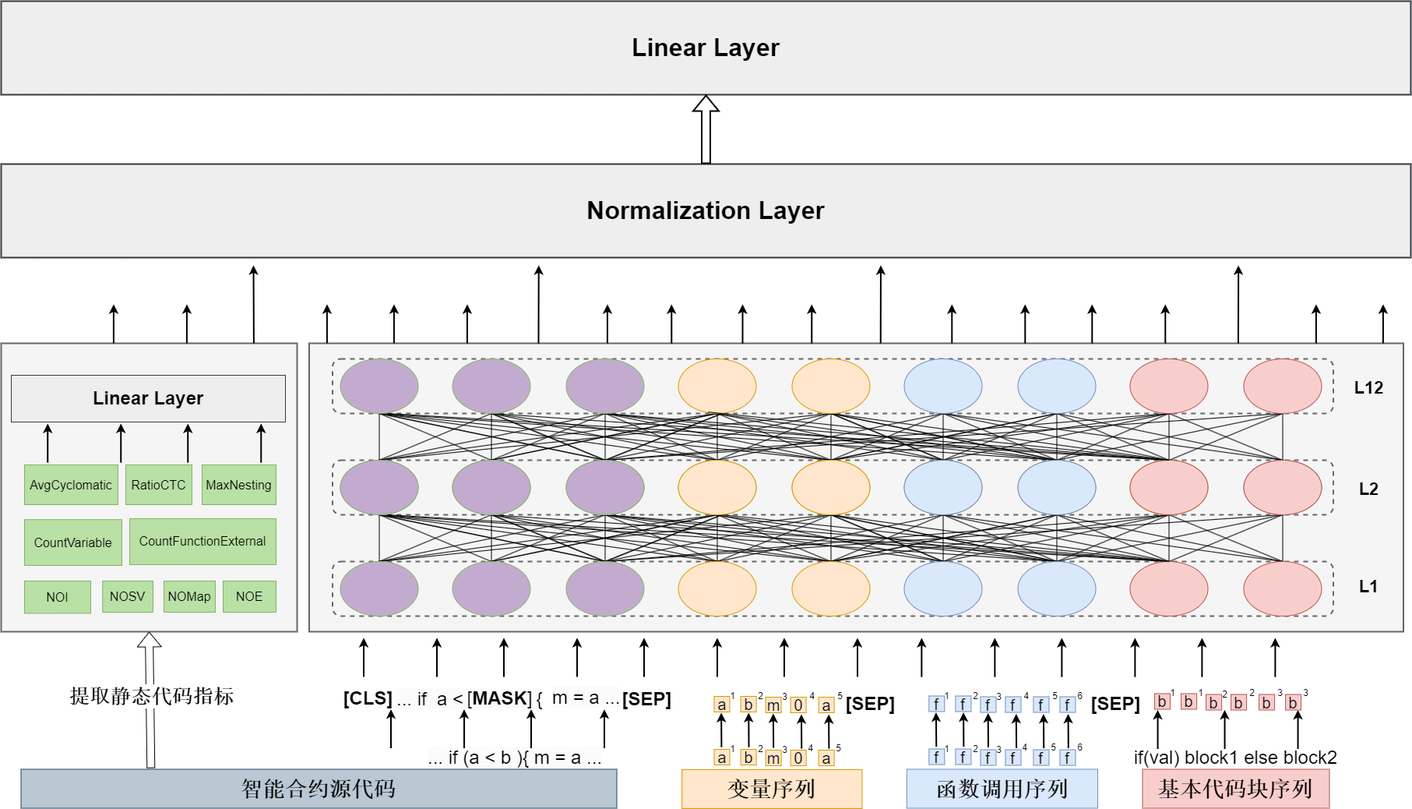
The draw.io diagram figure/pictures/model_full.png in tianc43/zjuthesis, before a commit. Source tidied: cells renumbered, new cells last; positions are measured from the earlier drawing's top-left corner, leaving out a move shared by most shapes.
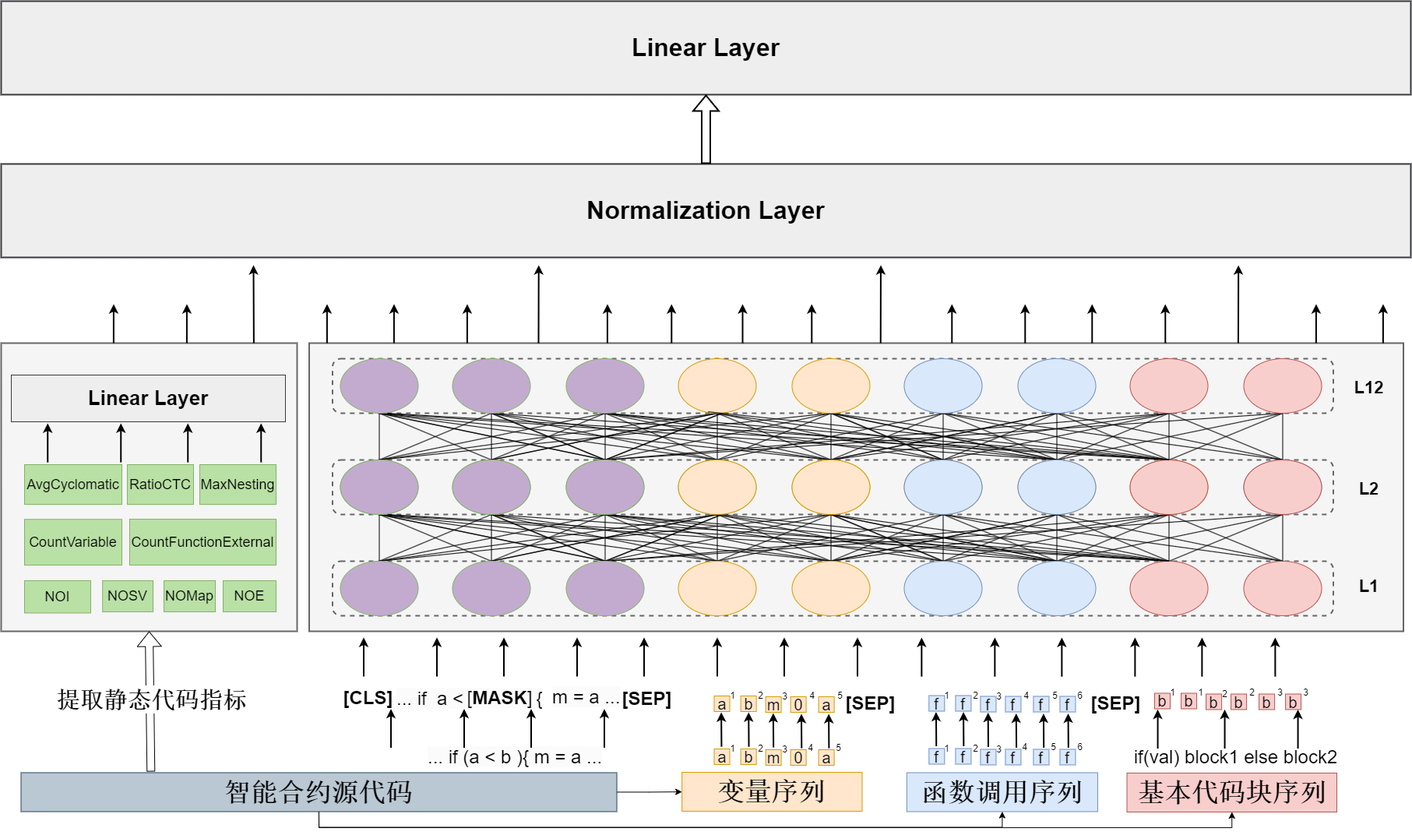
The same file after the commit.

What changed in the source:
```diff
@@ -550,8 +550,8 @@
     <mxCell id="173" value="&lt;font style=&quot;font-size: 22px;&quot;&gt;L12&lt;/font&gt;" style="text;html=1;align=center;verticalAlign=middle;strokeColor=none;fillColor=none;fontSize=11;fontFamily=Helvetica;fontColor=default;fontStyle=1;" parent="1" vertex="1">
       <mxGeometry x="1725.5" y="476.5" width="60" height="40" as="geometry" />
     </mxCell>
-    <mxCell id="174" value="&lt;span style=&quot;font-size: 28px;&quot;&gt;函数调用序列&lt;/span&gt;" style="rounded=0;whiteSpace=wrap;html=1;fontFamily=宋体;fontSize=28;fillColor=#dae8fc;strokeColor=#6c8ebf;fontStyle=1;" parent="1" vertex="1">
-      <mxGeometry x="1162.8" y="985.5" width="245.1" height="50" as="geometry" />
+    <mxCell id="174" value="&lt;span style=&quot;font-size: 34px;&quot;&gt;函数调用序列&lt;/span&gt;" style="rounded=0;whiteSpace=wrap;html=1;fontFamily=宋体;fontSize=34;fillColor=#dae8fc;strokeColor=#6c8ebf;fontStyle=1;" parent="1" vertex="1">
+      <mxGeometry x="1162.8" y="990.5" width="245.1" height="50" as="geometry" />
     </mxCell>
     <mxCell id="175" style="endArrow=classic;html=1;rounded=0;labelBackgroundColor=default;strokeColor=default;align=center;verticalAlign=middle;fontFamily=Helvetica;fontSize=11;fontColor=default;shape=connector;strokeWidth=2;" parent="1" edge="1">
       <mxGeometry relative="1" as="geometry">
@@ -737,10 +737,10 @@
       </mxGeometry>
     </mxCell>
     <mxCell id="206" style="group;" parent="1" vertex="1">
-      <mxGeometry x="425.5" y="870.5" width="479" height="165" as="geometry" />
+      <mxGeometry x="425.5" y="870.5" width="479" height="170" as="geometry" />
     </mxCell>
-    <mxCell id="207" value="&lt;font style=&quot;font-size: 28px;&quot;&gt;智能合约源代码&lt;/font&gt;" style="rounded=0;whiteSpace=wrap;html=1;fontFamily=宋体;fontSize=28;fillColor=#bac8d3;strokeColor=#23445d;fontStyle=1;" parent="206" vertex="1">
-      <mxGeometry x="-400" y="115" width="765" height="50" as="geometry" />
+    <mxCell id="207" value="&lt;font style=&quot;font-size: 34px;&quot;&gt;智能合约源代码&lt;/font&gt;" style="rounded=0;whiteSpace=wrap;html=1;fontFamily=宋体;fontSize=34;fillColor=#bac8d3;strokeColor=#23445d;fontStyle=1;" parent="206" vertex="1">
+      <mxGeometry x="-400" y="120" width="765" height="50" as="geometry" />
     </mxCell>
     <mxCell id="208" value="&lt;span style=&quot;color: rgb(0, 0, 0); font-family: Helvetica; font-size: 24px; font-style: normal; font-variant-ligatures: normal; font-variant-caps: normal; font-weight: 400; letter-spacing: normal; orphans: 2; text-align: left; text-indent: 0px; text-transform: none; widows: 2; word-spacing: 0px; -webkit-text-stroke-width: 0px; background-color: rgb(251, 251, 251); text-decoration-thickness: initial; text-decoration-style: initial; text-decoration-color: initial; float: none; display: inline !important;&quot;&gt;... if (a &amp;lt; b ){ m = a ...&lt;/span&gt;" style="text;whiteSpace=wrap;html=1;fontSize=11;fontFamily=Helvetica;fontColor=default;" parent="206" vertex="1">
       <mxGeometry x="120" y="79" width="230" height="50" as="geometry" />
@@ -787,8 +787,8 @@
     <mxCell id="218" style="group;" parent="1" vertex="1">
       <mxGeometry x="915.5" y="877" width="378.2" height="159" as="geometry" />
     </mxCell>
-    <mxCell id="219" value="&lt;font style=&quot;font-size: 28px;&quot;&gt;变量序列&lt;/font&gt;" style="rounded=0;whiteSpace=wrap;html=1;fontFamily=宋体;fontSize=28;fillColor=#ffe6cc;strokeColor=#d79b00;fontStyle=1;" parent="218" vertex="1">
-      <mxGeometry x="-41.3" y="109" width="231.3" height="50" as="geometry" />
+    <mxCell id="219" value="&lt;font style=&quot;font-size: 34px;&quot;&gt;变量序列&lt;/font&gt;" style="rounded=0;whiteSpace=wrap;html=1;fontFamily=宋体;fontSize=34;fillColor=#ffe6cc;strokeColor=#d79b00;fontStyle=1;" parent="218" vertex="1">
+      <mxGeometry x="-41.3" y="113" width="231.3" height="50" as="geometry" />
     </mxCell>
     <mxCell id="220" value="&lt;font style=&quot;font-size: 20px;&quot;&gt;a&lt;/font&gt;" style="rounded=0;whiteSpace=wrap;html=1;fontFamily=Helvetica;fontSize=11;fillColor=#ffe6cc;strokeColor=#d79b00;" parent="218" vertex="1">
       <mxGeometry y="83" width="20" height="20" as="geometry" />
@@ -1042,8 +1042,8 @@
     <mxCell id="286" style="shape=flexArrow;endArrow=classic;html=1;rounded=0;entryX=0.5;entryY=1;entryDx=0;entryDy=0;strokeWidth=2;" parent="1" edge="1" source="281" target="282">
       <mxGeometry relative="1" as="geometry" />
     </mxCell>
-    <mxCell id="287" value="&lt;span style=&quot;font-size: 28px;&quot;&gt;基本代码块序列&lt;/span&gt;" style="rounded=0;whiteSpace=wrap;html=1;fontFamily=宋体;fontSize=28;fillColor=#f8cecc;strokeColor=#b85450;fontStyle=1;" parent="1" vertex="1">
-      <mxGeometry x="1465.5" y="985.5" width="240" height="50" as="geometry" />
+    <mxCell id="287" value="&lt;span style=&quot;font-size: 34px;&quot;&gt;基本代码块序列&lt;/span&gt;" style="rounded=0;whiteSpace=wrap;html=1;fontFamily=宋体;fontSize=34;fillColor=#f8cecc;strokeColor=#b85450;fontStyle=1;" parent="1" vertex="1">
+      <mxGeometry x="1445.5" y="991" width="269.5" height="50" as="geometry" />
     </mxCell>
     <mxCell id="288" value="&lt;font style=&quot;font-size: 20px;&quot;&gt;b&lt;/font&gt;" style="rounded=0;whiteSpace=wrap;html=1;fontFamily=Helvetica;fontSize=11;fillColor=#f8cecc;strokeColor=#b85450;" parent="1" vertex="1">
       <mxGeometry x="1481" y="888.5" width="20" height="20" as="geometry" />
@@ -1081,42 +1081,42 @@
     <mxCell id="299" value="3" style="text;html=1;align=center;verticalAlign=middle;strokeColor=none;fillColor=none;" parent="1" vertex="1">
       <mxGeometry x="1660" y="873.5" width="30" height="30" as="geometry" />
     </mxCell>
-    <mxCell id="300" value="&lt;font face=&quot;Helvetica&quot; style=&quot;font-size: 16px;&quot;&gt;MaxNesting&lt;/font&gt;" style="rounded=0;whiteSpace=wrap;html=1;fillColor=#B9E0A5;strokeColor=#82b366;fontStyle=0;fontSize=16;" parent="1" vertex="1">
-      <mxGeometry x="258" y="595" width="95" height="51" as="geometry" />
+    <mxCell id="300" value="&lt;font face=&quot;Helvetica&quot; style=&quot;font-size: 18px;&quot;&gt;MaxNesting&lt;/font&gt;" style="rounded=0;whiteSpace=wrap;html=1;fillColor=#B9E0A5;strokeColor=#82b366;fontStyle=0;fontSize=18;" parent="1" vertex="1">
+      <mxGeometry x="255" y="595" width="98" height="51" as="geometry" />
     </mxCell>
-    <mxCell id="301" value="&lt;font face=&quot;Helvetica&quot; style=&quot;font-size: 16px;&quot;&gt;AvgCyclomatic&lt;/font&gt;" style="rounded=0;whiteSpace=wrap;html=1;fillColor=#B9E0A5;strokeColor=#82b366;fontStyle=0;fontSize=16;" parent="1" vertex="1">
-      <mxGeometry x="30" y="595" width="120" height="51" as="geometry" />
+    <mxCell id="301" value="&lt;font face=&quot;Helvetica&quot; style=&quot;font-size: 18px;&quot;&gt;AvgCyclomatic&lt;/font&gt;" style="rounded=0;whiteSpace=wrap;html=1;fillColor=#B9E0A5;strokeColor=#82b366;fontStyle=0;fontSize=18;" parent="1" vertex="1">
+      <mxGeometry x="30" y="595" width="125" height="51" as="geometry" />
     </mxCell>
-    <mxCell id="302" value="&lt;font face=&quot;Helvetica&quot; style=&quot;font-size: 16px;&quot;&gt;CountFunctionExternal&lt;/font&gt;" style="rounded=0;whiteSpace=wrap;html=1;fillColor=#B9E0A5;strokeColor=#82b366;fontStyle=0;fontSize=16;" parent="1" vertex="1">
-      <mxGeometry x="165" y="664" width="188" height="59" as="geometry" />
+    <mxCell id="302" value="&lt;font face=&quot;Helvetica&quot; style=&quot;font-size: 18px;&quot;&gt;CountFunctionExternal&lt;/font&gt;" style="rounded=0;whiteSpace=wrap;html=1;fillColor=#B9E0A5;strokeColor=#82b366;fontStyle=0;fontSize=18;" parent="1" vertex="1">
+      <mxGeometry x="165" y="665" width="188" height="59" as="geometry" />
     </mxCell>
-    <mxCell id="303" value="&lt;font face=&quot;Helvetica&quot; style=&quot;font-size: 16px;&quot;&gt;CountVariable&lt;/font&gt;" style="rounded=0;whiteSpace=wrap;html=1;fillColor=#B9E0A5;strokeColor=#82b366;fontStyle=0;fontSize=16;" parent="1" vertex="1">
+    <mxCell id="303" value="&lt;font face=&quot;Helvetica&quot; style=&quot;font-size: 18px;&quot;&gt;CountVariable&lt;/font&gt;" style="rounded=0;whiteSpace=wrap;html=1;fillColor=#B9E0A5;strokeColor=#82b366;fontStyle=0;fontSize=18;" parent="1" vertex="1">
       <mxGeometry x="30" y="665.2" width="125" height="58.8" as="geometry" />
     </mxCell>
-    <mxCell id="304" value="&lt;font face=&quot;Helvetica&quot; style=&quot;font-size: 16px;&quot;&gt;NOSV&lt;/font&gt;" style="rounded=0;whiteSpace=wrap;html=1;fillColor=#B9E0A5;strokeColor=#82b366;fontStyle=0;fontSize=16;" parent="1" vertex="1">
+    <mxCell id="304" value="&lt;font face=&quot;Helvetica&quot; style=&quot;font-size: 18px;&quot;&gt;NOSV&lt;/font&gt;" style="rounded=0;whiteSpace=wrap;html=1;fillColor=#B9E0A5;strokeColor=#82b366;fontStyle=0;fontSize=18;" parent="1" vertex="1">
       <mxGeometry x="130.2" y="744" width="64.8" height="40" as="geometry" />
     </mxCell>
-    <mxCell id="305" value="&lt;font face=&quot;Helvetica&quot; style=&quot;font-size: 16px;&quot;&gt;NOI&lt;/font&gt;" style="rounded=0;whiteSpace=wrap;html=1;fillColor=#B9E0A5;strokeColor=#82b366;fontStyle=0;fontSize=16;" parent="1" vertex="1">
+    <mxCell id="305" value="&lt;font face=&quot;Helvetica&quot; style=&quot;font-size: 18px;&quot;&gt;NOI&lt;/font&gt;" style="rounded=0;whiteSpace=wrap;html=1;fillColor=#B9E0A5;strokeColor=#82b366;fontStyle=0;fontSize=18;" parent="1" vertex="1">
       <mxGeometry x="30" y="744" width="85" height="41.5" as="geometry" />
     </mxCell>
-    <mxCell id="306" value="&lt;font face=&quot;Helvetica&quot; style=&quot;font-size: 16px;&quot;&gt;NOMap&lt;/font&gt;" style="rounded=0;whiteSpace=wrap;html=1;fillColor=#B9E0A5;strokeColor=#82b366;fontStyle=0;fontSize=16;" parent="1" vertex="1">
+    <mxCell id="306" value="&lt;font face=&quot;Helvetica&quot; style=&quot;font-size: 18px;&quot;&gt;NOMap&lt;/font&gt;" style="rounded=0;whiteSpace=wrap;html=1;fillColor=#B9E0A5;strokeColor=#82b366;fontStyle=0;fontSize=18;" parent="1" vertex="1">
       <mxGeometry x="209" y="744" width="66" height="40" as="geometry" />
     </mxCell>
-    <mxCell id="307" value="&lt;font face=&quot;Helvetica&quot; style=&quot;font-size: 16px;&quot;&gt;NOE&lt;/font&gt;" style="rounded=0;whiteSpace=wrap;html=1;fillColor=#B9E0A5;strokeColor=#82b366;fontStyle=0;fontSize=16;" parent="1" vertex="1">
+    <mxCell id="307" value="&lt;font face=&quot;Helvetica&quot; style=&quot;font-size: 18px;&quot;&gt;NOE&lt;/font&gt;" style="rounded=0;whiteSpace=wrap;html=1;fillColor=#B9E0A5;strokeColor=#82b366;fontStyle=0;fontSize=18;" parent="1" vertex="1">
       <mxGeometry x="285" y="744" width="68" height="40" as="geometry" />
     </mxCell>
-    <mxCell id="308" value="&lt;font face=&quot;Helvetica&quot; style=&quot;font-size: 16px;&quot;&gt;RatioCTC&lt;/font&gt;" style="rounded=0;whiteSpace=wrap;html=1;fillColor=#B9E0A5;strokeColor=#82b366;fontStyle=0;fontSize=16;" parent="1" vertex="1">
-      <mxGeometry x="160" y="595" width="85" height="51" as="geometry" />
+    <mxCell id="308" value="&lt;font face=&quot;Helvetica&quot; style=&quot;font-size: 18px;&quot;&gt;RatioCTC&lt;/font&gt;" style="rounded=0;whiteSpace=wrap;html=1;fillColor=#B9E0A5;strokeColor=#82b366;fontStyle=0;fontSize=18;" parent="1" vertex="1">
+      <mxGeometry x="162" y="595" width="85" height="51" as="geometry" />
     </mxCell>
     <mxCell id="309" style="shape=flexArrow;endArrow=classic;html=1;rounded=0;exitX=0.218;exitY=-0.028;exitDx=0;exitDy=0;exitPerimeter=0;entryX=0.5;entryY=1;entryDx=0;entryDy=0;" parent="1" edge="1" source="207" target="2">
       <mxGeometry relative="1" as="geometry" />
     </mxCell>
-    <mxCell id="310" value="&lt;font style=&quot;font-size: 26px;&quot;&gt;提取静态代码指标&lt;/font&gt;" style="edgeLabel;html=1;align=center;verticalAlign=middle;fontSize=26;fontFamily=宋体;fontStyle=1;" parent="309" vertex="1">
+    <mxCell id="310" value="&lt;font style=&quot;font-size: 30px;&quot;&gt;提取静态代码指标&lt;/font&gt;" style="edgeLabel;html=1;align=center;verticalAlign=middle;fontSize=30;fontFamily=宋体;fontStyle=1;" parent="309" vertex="1">
       <mxGeometry x="0.17" y="-1" relative="1" as="geometry">
         <mxPoint y="11" as="offset" />
       </mxGeometry>
     </mxCell>
-    <mxCell id="311" value="&lt;font face=&quot;Helvetica&quot; style=&quot;font-size: 24px;&quot;&gt;&lt;b&gt;Linear Layer&lt;/b&gt;&lt;/font&gt;" style="rounded=0;whiteSpace=wrap;html=1;fillColor=#eeeeee;strokeColor=#36393d;" parent="1" vertex="1">
+    <mxCell id="311" value="&lt;font size=&quot;1&quot; face=&quot;Helvetica&quot; style=&quot;&quot;&gt;&lt;b style=&quot;font-size: 26px;&quot;&gt;Linear Layer&lt;/b&gt;&lt;/font&gt;" style="rounded=0;whiteSpace=wrap;html=1;fillColor=#eeeeee;strokeColor=#36393d;fontSize=22;" parent="1" vertex="1">
       <mxGeometry x="13" y="480" width="352" height="60" as="geometry" />
     </mxCell>
     <mxCell id="312" style="endArrow=classic;html=1;rounded=0;labelBackgroundColor=default;strokeColor=default;align=center;verticalAlign=middle;fontFamily=Helvetica;fontSize=11;fontColor=default;shape=connector;strokeWidth=2;" parent="1" edge="1">
@@ -1143,5 +1143,14 @@
         <mxPoint x="333.8" y="542" as="targetPoint" />
       </mxGeometry>
     </mxCell>
+    <mxCell id="316" style="edgeStyle=orthogonalEdgeStyle;rounded=0;jettySize=auto;html=1;" parent="1" edge="1" source="207" target="219">
+      <mxGeometry relative="1" as="geometry" />
+    </mxCell>
+    <mxCell id="317" style="edgeStyle=orthogonalEdgeStyle;rounded=0;jettySize=auto;html=1;exitX=0.5;exitY=1;exitDx=0;exitDy=0;entryX=0.5;entryY=1;entryDx=0;entryDy=0;" parent="1" edge="1" source="207" target="174">
+      <mxGeometry relative="1" as="geometry" />
+    </mxCell>
+    <mxCell id="318" style="edgeStyle=orthogonalEdgeStyle;rounded=0;jettySize=auto;html=1;exitX=0.5;exitY=1;exitDx=0;exitDy=0;entryX=0.5;entryY=1;entryDx=0;entryDy=0;" parent="1" edge="1" source="207" target="287">
+      <mxGeometry relative="1" as="geometry" />
+    </mxCell>
   </root>
 </mxGraphModel>
```
